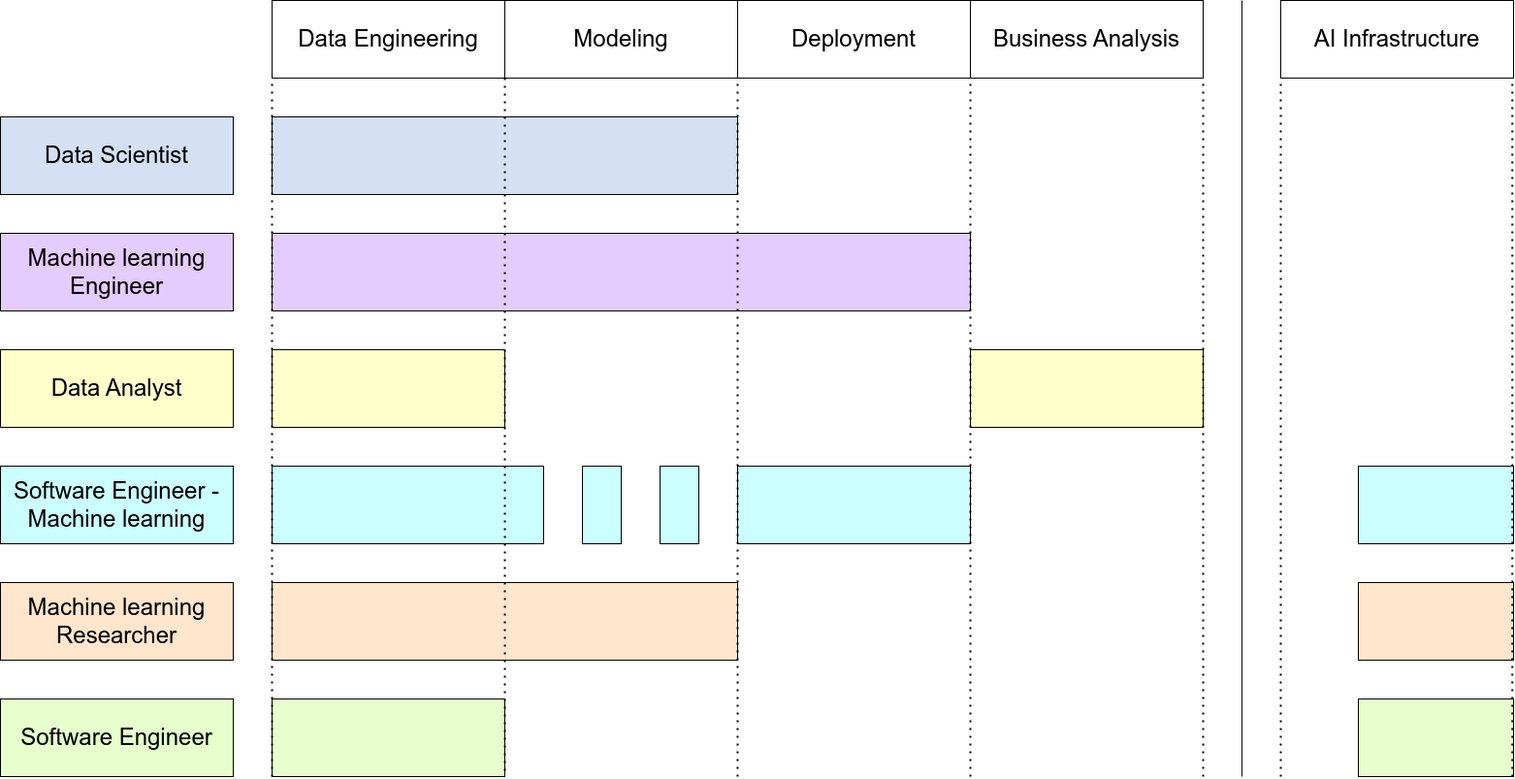
The draw.io diagram diagrams/ai_team_roles.drawio.png in ryndovaira-org/data_science_lectures, before a commit. Source tidied: cells renumbered, new cells last; positions are measured from the earlier drawing's top-left corner, leaving out a move shared by most shapes.
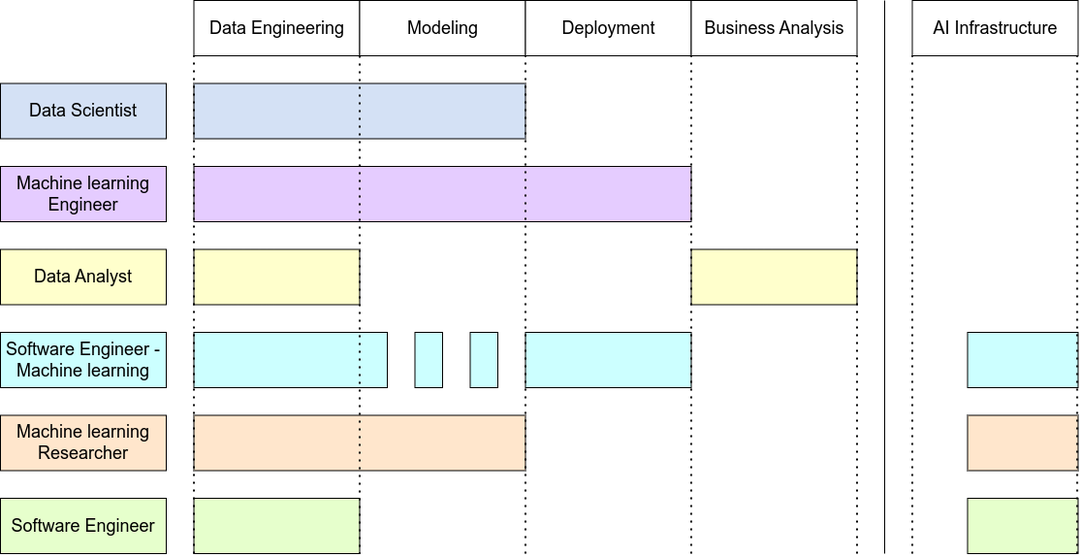
After the change.

The edit, as a diff of the source:
```diff
@@ -2,115 +2,118 @@
   <root>
     <mxCell id="0" />
     <mxCell id="1" parent="0" />
+    <mxCell id="34" style="group;fontSize=18;" parent="1" vertex="1">
+      <mxGeometry x="-1040" y="-800" width="1111.5" height="570" as="geometry" />
+    </mxCell>
-    <mxCell id="2" value="&lt;font style=&quot;font-size: 24px;&quot;&gt;Data Engineering&lt;/font&gt;" style="rounded=0;whiteSpace=wrap;html=1;" parent="1" vertex="1">
-      <mxGeometry x="280" width="240" height="80" as="geometry" />
+    <mxCell id="2" value="&lt;font style=&quot;font-size: 18px;&quot;&gt;Data Engineering&lt;/font&gt;" style="rounded=0;whiteSpace=wrap;html=1;fontSize=18;" parent="34" vertex="1">
+      <mxGeometry x="199.5" width="171" height="57" as="geometry" />
     </mxCell>
-    <mxCell id="3" value="&lt;font style=&quot;font-size: 24px;&quot;&gt;Modeling&lt;/font&gt;" style="rounded=0;whiteSpace=wrap;html=1;" parent="1" vertex="1">
-      <mxGeometry x="520" width="240" height="80" as="geometry" />
+    <mxCell id="3" value="&lt;font style=&quot;font-size: 18px;&quot;&gt;Modeling&lt;/font&gt;" style="rounded=0;whiteSpace=wrap;html=1;fontSize=18;" parent="34" vertex="1">
+      <mxGeometry x="370.5" width="171" height="57" as="geometry" />
     </mxCell>
-    <mxCell id="4" value="&lt;font style=&quot;font-size: 24px;&quot;&gt;Deployment&lt;/font&gt;" style="rounded=0;whiteSpace=wrap;html=1;" parent="1" vertex="1">
-      <mxGeometry x="760" width="240" height="80" as="geometry" />
+    <mxCell id="4" value="&lt;font style=&quot;font-size: 18px;&quot;&gt;Deployment&lt;/font&gt;" style="rounded=0;whiteSpace=wrap;html=1;fontSize=18;" parent="34" vertex="1">
+      <mxGeometry x="541.5" width="171" height="57" as="geometry" />
     </mxCell>
-    <mxCell id="5" value="&lt;font style=&quot;font-size: 24px;&quot;&gt;Business Analysis&lt;/font&gt;" style="rounded=0;whiteSpace=wrap;html=1;" parent="1" vertex="1">
-      <mxGeometry x="1000" width="240" height="80" as="geometry" />
+    <mxCell id="5" value="&lt;font style=&quot;font-size: 18px;&quot;&gt;Business Analysis&lt;/font&gt;" style="rounded=0;whiteSpace=wrap;html=1;fontSize=18;" parent="34" vertex="1">
+      <mxGeometry x="712.5" width="171" height="57" as="geometry" />
     </mxCell>
-    <mxCell id="6" value="&lt;font style=&quot;font-size: 24px;&quot;&gt;AI Infrastructure&lt;/font&gt;" style="rounded=0;whiteSpace=wrap;html=1;" parent="1" vertex="1">
-      <mxGeometry x="1320" width="240" height="80" as="geometry" />
+    <mxCell id="6" value="&lt;font style=&quot;font-size: 18px;&quot;&gt;AI Infrastructure&lt;/font&gt;" style="rounded=0;whiteSpace=wrap;html=1;fontSize=18;" parent="34" vertex="1">
+      <mxGeometry x="940.5" width="171" height="57" as="geometry" />
     </mxCell>
-    <mxCell id="7" value="&lt;font style=&quot;font-size: 24px;&quot;&gt;Data Scientist&lt;/font&gt;" style="rounded=0;whiteSpace=wrap;html=1;fillColor=#D4E1F5;shadow=0;" parent="1" vertex="1">
-      <mxGeometry y="120" width="240" height="80" as="geometry" />
+    <mxCell id="7" value="&lt;font style=&quot;font-size: 18px;&quot;&gt;Data Scientist&lt;/font&gt;" style="rounded=0;whiteSpace=wrap;html=1;fillColor=#D4E1F5;shadow=0;fontSize=18;" parent="34" vertex="1">
+      <mxGeometry y="85.5" width="171" height="57" as="geometry" />
     </mxCell>
-    <mxCell id="8" value="&lt;font style=&quot;font-size: 24px;&quot;&gt;Machine learning Engineer&lt;/font&gt;" style="rounded=0;whiteSpace=wrap;html=1;fillColor=#E5CCFF;" parent="1" vertex="1">
-      <mxGeometry y="240" width="240" height="80" as="geometry" />
+    <mxCell id="8" value="&lt;font style=&quot;font-size: 18px;&quot;&gt;Machine learning Engineer&lt;/font&gt;" style="rounded=0;whiteSpace=wrap;html=1;fillColor=#E5CCFF;fontSize=18;" parent="34" vertex="1">
+      <mxGeometry y="171" width="171" height="57" as="geometry" />
     </mxCell>
-    <mxCell id="9" value="&lt;font style=&quot;font-size: 24px;&quot;&gt;Data Analyst&lt;/font&gt;" style="rounded=0;whiteSpace=wrap;html=1;fillColor=#FFFFCC;" parent="1" vertex="1">
-      <mxGeometry y="360" width="240" height="80" as="geometry" />
+    <mxCell id="9" value="&lt;font style=&quot;font-size: 18px;&quot;&gt;Data Analyst&lt;/font&gt;" style="rounded=0;whiteSpace=wrap;html=1;fillColor=#FFFFCC;fontSize=18;" parent="34" vertex="1">
+      <mxGeometry y="256.5" width="171" height="57" as="geometry" />
     </mxCell>
-    <mxCell id="10" value="&lt;font style=&quot;font-size: 24px;&quot;&gt;Software Engineer - Machine learning&lt;/font&gt;" style="rounded=0;whiteSpace=wrap;html=1;fillColor=#CCFFFF;" parent="1" vertex="1">
-      <mxGeometry y="480" width="240" height="80" as="geometry" />
+    <mxCell id="10" value="&lt;font style=&quot;font-size: 18px;&quot;&gt;Software Engineer - Machine learning&lt;/font&gt;" style="rounded=0;whiteSpace=wrap;html=1;fillColor=#CCFFFF;fontSize=18;" parent="34" vertex="1">
+      <mxGeometry y="342" width="171" height="57" as="geometry" />
     </mxCell>
-    <mxCell id="11" value="&lt;font style=&quot;font-size: 24px;&quot;&gt;Machine learning Researcher&lt;/font&gt;" style="rounded=0;whiteSpace=wrap;html=1;fillColor=#FFE6CC;" parent="1" vertex="1">
-      <mxGeometry y="600" width="240" height="80" as="geometry" />
+    <mxCell id="11" value="&lt;font style=&quot;font-size: 18px;&quot;&gt;Machine learning Researcher&lt;/font&gt;" style="rounded=0;whiteSpace=wrap;html=1;fillColor=#FFE6CC;fontSize=18;" parent="34" vertex="1">
+      <mxGeometry y="427.5" width="171" height="57" as="geometry" />
     </mxCell>
-    <mxCell id="12" value="&lt;font style=&quot;font-size: 24px;&quot;&gt;Software Engineer&lt;/font&gt;" style="rounded=0;whiteSpace=wrap;html=1;fillColor=#E6FFCC;" parent="1" vertex="1">
-      <mxGeometry y="720" width="240" height="80" as="geometry" />
+    <mxCell id="12" value="&lt;font style=&quot;font-size: 18px;&quot;&gt;Software Engineer&lt;/font&gt;" style="rounded=0;whiteSpace=wrap;html=1;fillColor=#E6FFCC;fontSize=18;" parent="34" vertex="1">
+      <mxGeometry y="513" width="171" height="57" as="geometry" />
     </mxCell>
-    <mxCell id="13" style="rounded=0;whiteSpace=wrap;html=1;fillColor=#D4E1F5;" parent="1" vertex="1">
-      <mxGeometry x="280" y="120" width="480" height="80" as="geometry" />
+    <mxCell id="13" style="rounded=0;whiteSpace=wrap;html=1;fillColor=#D4E1F5;fontSize=18;" parent="34" vertex="1">
+      <mxGeometry x="199.5" y="85.5" width="342" height="57" as="geometry" />
     </mxCell>
-    <mxCell id="14" style="rounded=0;whiteSpace=wrap;html=1;fillColor=#E5CCFF;" parent="1" vertex="1">
-      <mxGeometry x="280" y="240" width="720" height="80" as="geometry" />
+    <mxCell id="14" style="rounded=0;whiteSpace=wrap;html=1;fillColor=#E5CCFF;fontSize=18;" parent="34" vertex="1">
+      <mxGeometry x="199.5" y="171" width="513" height="57" as="geometry" />
     </mxCell>
-    <mxCell id="15" style="rounded=0;whiteSpace=wrap;html=1;fillColor=#FFFFCC;" parent="1" vertex="1">
-      <mxGeometry x="280" y="360" width="240" height="80" as="geometry" />
+    <mxCell id="15" style="rounded=0;whiteSpace=wrap;html=1;fillColor=#FFFFCC;fontSize=18;" parent="34" vertex="1">
+      <mxGeometry x="199.5" y="256.5" width="171" height="57" as="geometry" />
     </mxCell>
-    <mxCell id="16" style="rounded=0;whiteSpace=wrap;html=1;fillColor=#FFFFCC;" parent="1" vertex="1">
-      <mxGeometry x="1000" y="360" width="240" height="80" as="geometry" />
+    <mxCell id="16" style="rounded=0;whiteSpace=wrap;html=1;fillColor=#FFFFCC;fontSize=18;" parent="34" vertex="1">
+      <mxGeometry x="712.5" y="256.5" width="171" height="57" as="geometry" />
     </mxCell>
-    <mxCell id="17" style="rounded=0;whiteSpace=wrap;html=1;fillColor=#CCFFFF;" parent="1" vertex="1">
-      <mxGeometry x="280" y="480" width="280" height="80" as="geometry" />
+    <mxCell id="17" style="rounded=0;whiteSpace=wrap;html=1;fillColor=#CCFFFF;fontSize=18;" parent="34" vertex="1">
+      <mxGeometry x="199.5" y="342" width="199.5" height="57" as="geometry" />
     </mxCell>
-    <mxCell id="18" style="rounded=0;whiteSpace=wrap;html=1;fillColor=#CCFFFF;" parent="1" vertex="1">
-      <mxGeometry x="760" y="480" width="240" height="80" as="geometry" />
+    <mxCell id="18" style="rounded=0;whiteSpace=wrap;html=1;fillColor=#CCFFFF;fontSize=18;" parent="34" vertex="1">
+      <mxGeometry x="541.5" y="342" width="171" height="57" as="geometry" />
     </mxCell>
-    <mxCell id="19" style="rounded=0;whiteSpace=wrap;html=1;fillColor=#CCFFFF;" parent="1" vertex="1">
-      <mxGeometry x="600" y="480" width="40" height="80" as="geometry" />
+    <mxCell id="19" style="rounded=0;whiteSpace=wrap;html=1;fillColor=#CCFFFF;fontSize=18;" parent="34" vertex="1">
+      <mxGeometry x="427.5" y="342" width="28.5" height="57" as="geometry" />
     </mxCell>
-    <mxCell id="20" style="rounded=0;whiteSpace=wrap;html=1;fillColor=#CCFFFF;" parent="1" vertex="1">
-      <mxGeometry x="680" y="480" width="40" height="80" as="geometry" />
+    <mxCell id="20" style="rounded=0;whiteSpace=wrap;html=1;fillColor=#CCFFFF;fontSize=18;" parent="34" vertex="1">
+      <mxGeometry x="484.5" y="342" width="28.5" height="57" as="geometry" />
     </mxCell>
-    <mxCell id="21" style="rounded=0;whiteSpace=wrap;html=1;fillColor=#CCFFFF;" parent="1" vertex="1">
-      <mxGeometry x="1400" y="480" width="160" height="80" as="geometry" />
+    <mxCell id="21" style="rounded=0;whiteSpace=wrap;html=1;fillColor=#CCFFFF;fontSize=18;" parent="34" vertex="1">
+      <mxGeometry x="997.5" y="342" width="114" height="57" as="geometry" />
     </mxCell>
-    <mxCell id="22" style="rounded=0;whiteSpace=wrap;html=1;fillColor=#FFE6CC;" parent="1" vertex="1">
-      <mxGeometry x="280" y="600" width="480" height="80" as="geometry" />
+    <mxCell id="22" style="rounded=0;whiteSpace=wrap;html=1;fillColor=#FFE6CC;fontSize=18;" parent="34" vertex="1">
+      <mxGeometry x="199.5" y="427.5" width="342" height="57" as="geometry" />
     </mxCell>
-    <mxCell id="23" style="rounded=0;whiteSpace=wrap;html=1;fillColor=#FFE6CC;" parent="1" vertex="1">
-      <mxGeometry x="1400" y="600" width="160" height="80" as="geometry" />
+    <mxCell id="23" style="rounded=0;whiteSpace=wrap;html=1;fillColor=#FFE6CC;fontSize=18;" parent="34" vertex="1">
+      <mxGeometry x="997.5" y="427.5" width="114" height="57" as="geometry" />
     </mxCell>
-    <mxCell id="24" style="rounded=0;whiteSpace=wrap;html=1;fillColor=#E6FFCC;" parent="1" vertex="1">
-      <mxGeometry x="1400" y="720" width="160" height="80" as="geometry" />
+    <mxCell id="24" style="rounded=0;whiteSpace=wrap;html=1;fillColor=#E6FFCC;fontSize=18;" parent="34" vertex="1">
+      <mxGeometry x="997.5" y="513" width="114" height="57" as="geometry" />
     </mxCell>
-    <mxCell id="25" style="rounded=0;whiteSpace=wrap;html=1;fillColor=#E6FFCC;" parent="1" vertex="1">
-      <mxGeometry x="280" y="720" width="240" height="80" as="geometry" />
+    <mxCell id="25" style="rounded=0;whiteSpace=wrap;html=1;fillColor=#E6FFCC;fontSize=18;" parent="34" vertex="1">
+      <mxGeometry x="199.5" y="513" width="171" height="57" as="geometry" />
     </mxCell>
-    <mxCell id="26" style="endArrow=none;dashed=1;html=1;dashPattern=1 3;strokeWidth=2;rounded=0;exitX=0;exitY=1;exitDx=0;exitDy=0;entryX=1;entryY=1;entryDx=0;entryDy=0;" parent="1" edge="1" source="3" target="25">
+    <mxCell id="26" style="endArrow=none;dashed=1;html=1;dashPattern=1 3;strokeWidth=2;rounded=0;exitX=0;exitY=1;exitDx=0;exitDy=0;entryX=1;entryY=1;entryDx=0;entryDy=0;fontSize=18;" parent="34" edge="1" source="3" target="25">
       <mxGeometry relative="1" as="geometry" />
     </mxCell>
-    <mxCell id="27" style="endArrow=none;dashed=1;html=1;dashPattern=1 3;strokeWidth=2;rounded=0;exitX=0;exitY=1;exitDx=0;exitDy=0;entryX=0;entryY=1;entryDx=0;entryDy=0;" parent="1" edge="1" source="25" target="2">
+    <mxCell id="27" style="endArrow=none;dashed=1;html=1;dashPattern=1 3;strokeWidth=2;rounded=0;exitX=0;exitY=1;exitDx=0;exitDy=0;entryX=0;entryY=1;entryDx=0;entryDy=0;fontSize=18;" parent="34" edge="1" source="25" target="2">
       <mxGeometry relative="1" as="geometry" />
     </mxCell>
-    <mxCell id="28" style="endArrow=none;dashed=1;html=1;dashPattern=1 3;strokeWidth=2;rounded=0;entryX=1;entryY=1;entryDx=0;entryDy=0;" parent="1" edge="1" target="3">
+    <mxCell id="28" style="endArrow=none;dashed=1;html=1;dashPattern=1 3;strokeWidth=2;rounded=0;entryX=1;entryY=1;entryDx=0;entryDy=0;fontSize=18;" parent="34" edge="1" target="3">
       <mxGeometry relative="1" as="geometry">
-        <mxPoint x="760" y="800" as="sourcePoint" />
+        <mxPoint x="541.5" y="570" as="sourcePoint" />
       </mxGeometry>
     </mxCell>
-    <mxCell id="29" style="endArrow=none;dashed=1;html=1;dashPattern=1 3;strokeWidth=2;rounded=0;entryX=0;entryY=1;entryDx=0;entryDy=0;" parent="1" edge="1" target="5">
+    <mxCell id="29" style="endArrow=none;dashed=1;html=1;dashPattern=1 3;strokeWidth=2;rounded=0;entryX=0;entryY=1;entryDx=0;entryDy=0;fontSize=18;" parent="34" edge="1" target="5">
       <mxGeometry relative="1" as="geometry">
-        <mxPoint x="1000" y="800" as="sourcePoint" />
+        <mxPoint x="712.5" y="570" as="sourcePoint" />
       </mxGeometry>
     </mxCell>
-    <mxCell id="30" style="endArrow=none;dashed=1;html=1;dashPattern=1 3;strokeWidth=2;rounded=0;entryX=1;entryY=1;entryDx=0;entryDy=0;" parent="1" edge="1" target="5">
+    <mxCell id="30" style="endArrow=none;dashed=1;html=1;dashPattern=1 3;strokeWidth=2;rounded=0;entryX=1;entryY=1;entryDx=0;entryDy=0;fontSize=18;" parent="34" edge="1" target="5">
       <mxGeometry relative="1" as="geometry">
-        <mxPoint x="1240" y="800" as="sourcePoint" />
+        <mxPoint x="883.5" y="570" as="sourcePoint" />
       </mxGeometry>
     </mxCell>
-    <mxCell id="31" style="endArrow=none;html=1;rounded=0;" parent="1" edge="1">
+    <mxCell id="31" style="endArrow=none;html=1;rounded=0;fontSize=18;" parent="34" edge="1">
       <mxGeometry relative="1" as="geometry">
-        <mxPoint x="1280" y="800" as="sourcePoint" />
-        <mxPoint x="1280" as="targetPoint" />
+        <mxPoint x="912" y="570" as="sourcePoint" />
+        <mxPoint x="912" as="targetPoint" />
       </mxGeometry>
     </mxCell>
-    <mxCell id="32" style="endArrow=none;dashed=1;html=1;dashPattern=1 3;strokeWidth=2;rounded=0;entryX=1;entryY=1;entryDx=0;entryDy=0;" parent="1" edge="1">
+    <mxCell id="32" style="endArrow=none;dashed=1;html=1;dashPattern=1 3;strokeWidth=2;rounded=0;entryX=1;entryY=1;entryDx=0;entryDy=0;fontSize=18;" parent="34" edge="1">
       <mxGeometry relative="1" as="geometry">
-        <mxPoint x="1320" y="800" as="sourcePoint" />
-        <mxPoint x="1320" y="80" as="targetPoint" />
+        <mxPoint x="940.5" y="570" as="sourcePoint" />
+        <mxPoint x="940.5" y="57" as="targetPoint" />
       </mxGeometry>
     </mxCell>
-    <mxCell id="33" style="endArrow=none;dashed=1;html=1;dashPattern=1 3;strokeWidth=2;rounded=0;entryX=1;entryY=1;entryDx=0;entryDy=0;" parent="1" edge="1">
+    <mxCell id="33" style="endArrow=none;dashed=1;html=1;dashPattern=1 3;strokeWidth=2;rounded=0;entryX=1;entryY=1;entryDx=0;entryDy=0;fontSize=18;" parent="34" edge="1">
       <mxGeometry relative="1" as="geometry">
-        <mxPoint x="1558.8" y="800" as="sourcePoint" />
-        <mxPoint x="1558.8" y="80" as="targetPoint" />
+        <mxPoint x="1110.6" y="570" as="sourcePoint" />
+        <mxPoint x="1110.6" y="57" as="targetPoint" />
       </mxGeometry>
     </mxCell>
   </root>
```
